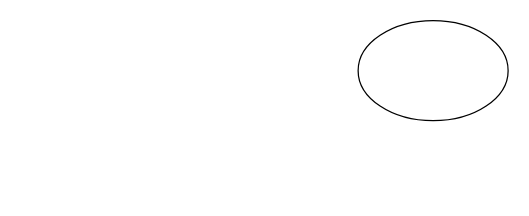
Above: PBL3.drawio in trankhahao7/Source-webside (draw.io), before the change. Source tidied: cells renumbered, new cells numbered last; positions are measured from the earlier drawing's top-left corner, leaving out a move shared by most shapes. Both pictures are drawn from the tidied source at 125%, with x=0, y=0 at pixel (358, 20).
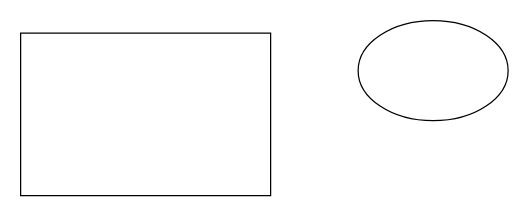
The same page after the edit.

Commit message (it also covers changes not shown here):
Cập nhật PBL3.drawio

Diff of the diagram source:
```diff
@@
 <mxGraphModel>
   <root>
     <mxCell id="0" />
     <mxCell id="1" parent="0" />
+    <mxCell id="3" style="rounded=0;whiteSpace=wrap;html=1;" parent="1" vertex="1">
+      <mxGeometry x="-270" y="10" width="200" height="130" as="geometry" />
+    </mxCell>
     <mxCell id="2" style="ellipse;whiteSpace=wrap;html=1;" parent="1" vertex="1">
       <mxGeometry width="120" height="80" as="geometry" />
     </mxCell>
   </root>
 </mxGraphModel>
```
